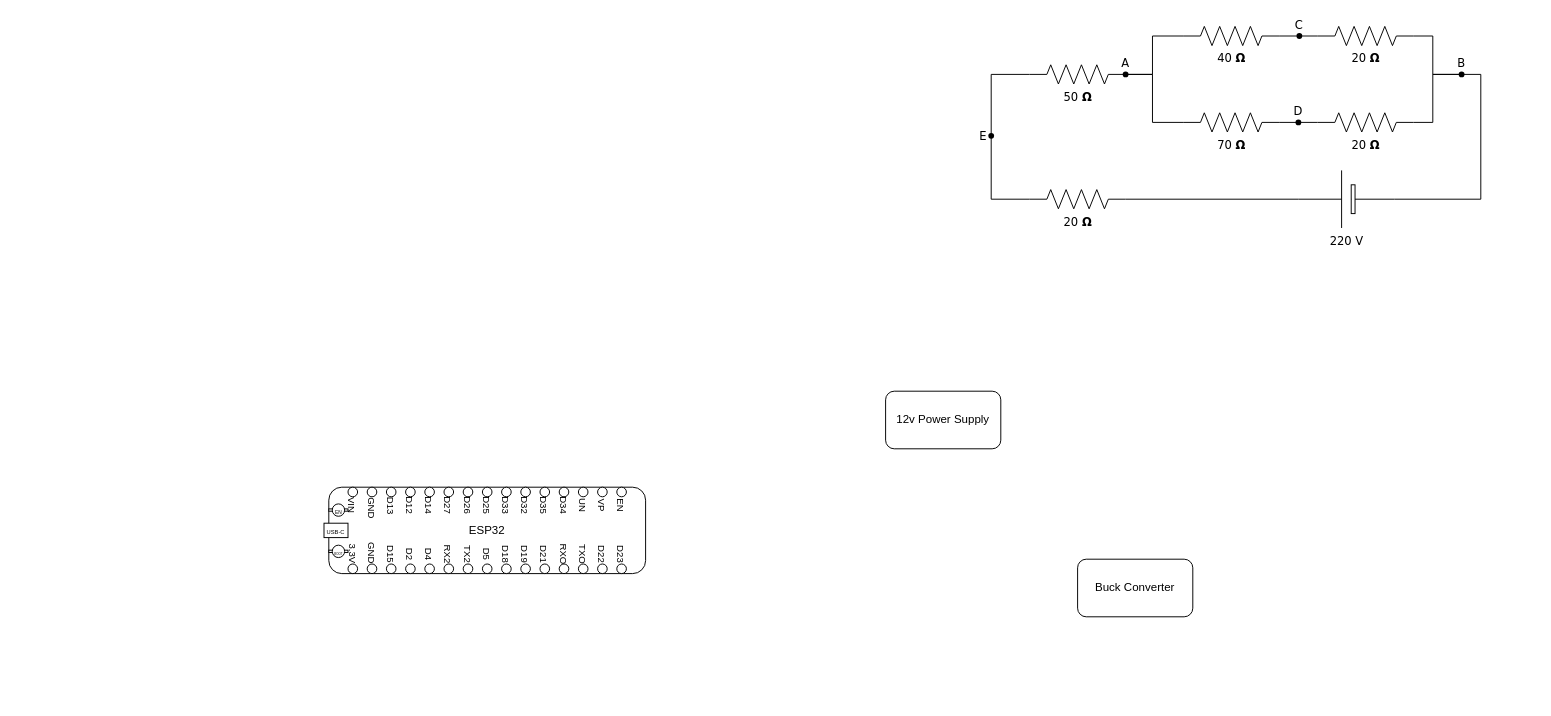
GabeWilmoth/home-automation keeps this draw.io diagram as Diagrams/ESP32-Solenoid-Valve.drawio. Above is the earlier version. Source tidied: cells renumbered, new cells numbered last; positions are measured from the earlier drawing's top-left corner, leaving out a move shared by most shapes. Both pictures are drawn from the tidied source at 96%, with x=0, y=0 at pixel (324, 16).
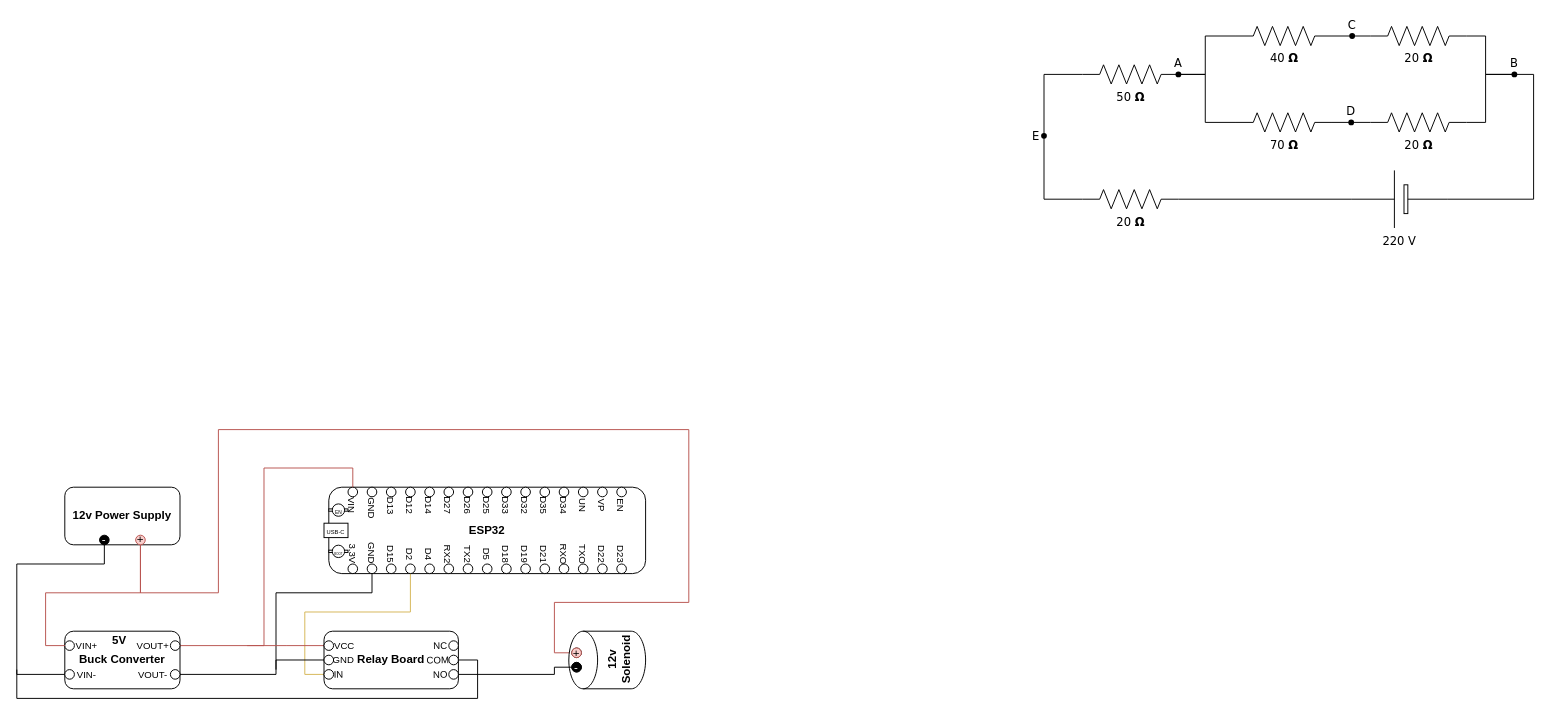
The same diagram, later.

Unchanged cells that the change refers to:
```xml
<mxCell id="29" style="ellipse;whiteSpace=wrap;html=1;" parent="1" vertex="1">
  <mxGeometry x="25" y="490" width="10" height="10" as="geometry" />
</mxCell>
<mxCell id="45" style="ellipse;whiteSpace=wrap;html=1;" parent="1" vertex="1">
  <mxGeometry x="45" y="570" width="10" height="10" as="geometry" />
</mxCell>
<mxCell id="47" style="ellipse;whiteSpace=wrap;html=1;" parent="1" vertex="1">
  <mxGeometry x="85" y="570" width="10" height="10" as="geometry" />
</mxCell>
```

Diff of the diagram source:
```diff
@@
     <mxCell id="3" value="40&amp;nbsp;&lt;b&gt;Ω&lt;/b&gt;" style="verticalLabelPosition=bottom;shadow=0;dashed=0;align=center;html=1;verticalAlign=top;strokeWidth=1;shape=mxgraph.electrical.resistors.resistor_2;rounded=1;comic=0;labelBackgroundColor=none;fontFamily=Verdana;fontSize=12;" parent="1" vertex="1">
-      <mxGeometry x="895" y="10" width="100" height="20" as="geometry" />
+      <mxGeometry x="950" y="10" width="100" height="20" as="geometry" />
     </mxCell>
     <mxCell id="4" style="edgeStyle=orthogonalEdgeStyle;rounded=0;html=1;exitX=1;exitY=0.5;exitPerimeter=0;labelBackgroundColor=none;startArrow=none;startFill=0;startSize=5;endArrow=none;endFill=0;endSize=5;jettySize=auto;strokeWidth=1;fontFamily=Verdana;fontSize=12;" parent="1" edge="1" source="5" target="18">
       <mxGeometry relative="1" as="geometry">
         <Array as="points">
-          <mxPoint x="1155" y="20" />
-          <mxPoint x="1155" y="60" />
+          <mxPoint x="1210" y="20" />
+          <mxPoint x="1210" y="60" />
         </Array>
       </mxGeometry>
     </mxCell>
     <mxCell id="5" value="20&amp;nbsp;&lt;b&gt;Ω&lt;/b&gt;" style="verticalLabelPosition=bottom;shadow=0;dashed=0;align=center;html=1;verticalAlign=top;strokeWidth=1;shape=mxgraph.electrical.resistors.resistor_2;rounded=1;comic=0;labelBackgroundColor=none;fontFamily=Verdana;fontSize=12;" parent="1" vertex="1">
-      <mxGeometry x="1035" y="10" width="100" height="20" as="geometry" />
+      <mxGeometry x="1090" y="10" width="100" height="20" as="geometry" />
     </mxCell>
@@
     <mxCell id="7" value="70&amp;nbsp;&lt;b&gt;Ω&lt;/b&gt;" style="verticalLabelPosition=bottom;shadow=0;dashed=0;align=center;html=1;verticalAlign=top;strokeWidth=1;shape=mxgraph.electrical.resistors.resistor_2;rounded=1;comic=0;labelBackgroundColor=none;fontFamily=Verdana;fontSize=12;" parent="1" vertex="1">
-      <mxGeometry x="895" y="100" width="100" height="20" as="geometry" />
+      <mxGeometry x="950" y="100" width="100" height="20" as="geometry" />
     </mxCell>
     <mxCell id="8" style="edgeStyle=orthogonalEdgeStyle;rounded=0;html=1;exitX=1;exitY=0.5;exitPerimeter=0;labelBackgroundColor=none;startArrow=none;startFill=0;startSize=5;endArrow=none;endFill=0;endSize=5;jettySize=auto;strokeWidth=1;fontFamily=Verdana;fontSize=12;" parent="1" edge="1" source="9" target="18">
       <mxGeometry relative="1" as="geometry">
         <Array as="points">
-          <mxPoint x="1155" y="110" />
-          <mxPoint x="1155" y="60" />
+          <mxPoint x="1210" y="110" />
+          <mxPoint x="1210" y="60" />
         </Array>
       </mxGeometry>
     </mxCell>
     <mxCell id="9" value="20&amp;nbsp;&lt;b&gt;Ω&lt;/b&gt;" style="verticalLabelPosition=bottom;shadow=0;dashed=0;align=center;html=1;verticalAlign=top;strokeWidth=1;shape=mxgraph.electrical.resistors.resistor_2;rounded=1;comic=0;labelBackgroundColor=none;fontFamily=Verdana;fontSize=12;" parent="1" vertex="1">
-      <mxGeometry x="1035" y="100" width="100" height="20" as="geometry" />
+      <mxGeometry x="1090" y="100" width="100" height="20" as="geometry" />
     </mxCell>
     <mxCell id="10" style="edgeStyle=orthogonalEdgeStyle;rounded=0;html=1;entryX=0;entryY=0.5;entryPerimeter=0;labelBackgroundColor=none;startArrow=none;startFill=0;startSize=5;endArrow=none;endFill=0;endSize=5;jettySize=auto;strokeWidth=1;fontFamily=Verdana;fontSize=12;" parent="1" edge="1" source="21" target="3">
       <mxGeometry relative="1" as="geometry">
         <Array as="points">
-          <mxPoint x="863" y="60" />
-          <mxPoint x="863" y="20" />
+          <mxPoint x="918" y="60" />
+          <mxPoint x="918" y="20" />
         </Array>
       </mxGeometry>
     </mxCell>
     <mxCell id="11" style="edgeStyle=orthogonalEdgeStyle;rounded=0;html=1;entryX=0;entryY=0.5;entryPerimeter=0;labelBackgroundColor=none;startArrow=none;startFill=0;startSize=5;endArrow=none;endFill=0;endSize=5;jettySize=auto;strokeWidth=1;fontFamily=Verdana;fontSize=12;" parent="1" edge="1" source="21" target="7">
       <mxGeometry relative="1" as="geometry">
         <Array as="points">
-          <mxPoint x="863" y="60" />
-          <mxPoint x="863" y="110" />
+          <mxPoint x="918" y="60" />
+          <mxPoint x="918" y="110" />
         </Array>
       </mxGeometry>
     </mxCell>
     <mxCell id="12" value="50&amp;nbsp;&lt;b&gt;Ω&lt;/b&gt;" style="verticalLabelPosition=bottom;shadow=0;dashed=0;align=center;html=1;verticalAlign=top;strokeWidth=1;shape=mxgraph.electrical.resistors.resistor_2;rounded=1;comic=0;labelBackgroundColor=none;fontFamily=Verdana;fontSize=12;" parent="1" vertex="1">
-      <mxGeometry x="735" y="50" width="100" height="20" as="geometry" />
+      <mxGeometry x="790" y="50" width="100" height="20" as="geometry" />
     </mxCell>
     <mxCell id="13" style="edgeStyle=orthogonalEdgeStyle;rounded=0;html=1;exitX=0;exitY=0.5;exitPerimeter=0;labelBackgroundColor=none;startArrow=none;startFill=0;startSize=5;endArrow=none;endFill=0;endSize=5;jettySize=auto;strokeWidth=1;fontFamily=Verdana;fontSize=12;" parent="1" edge="1" source="14" target="22">
       <mxGeometry relative="1" as="geometry">
         <Array as="points">
-          <mxPoint x="695" y="190" />
+          <mxPoint x="750" y="190" />
         </Array>
       </mxGeometry>
     </mxCell>
     <mxCell id="14" value="20&amp;nbsp;&lt;b&gt;Ω&lt;/b&gt;" style="verticalLabelPosition=bottom;shadow=0;dashed=0;align=center;html=1;verticalAlign=top;strokeWidth=1;shape=mxgraph.electrical.resistors.resistor_2;rounded=1;comic=0;labelBackgroundColor=none;fontFamily=Verdana;fontSize=12;" parent="1" vertex="1">
-      <mxGeometry x="735" y="180" width="100" height="20" as="geometry" />
+      <mxGeometry x="790" y="180" width="100" height="20" as="geometry" />
     </mxCell>
@@
     <mxCell id="16" style="edgeStyle=orthogonalEdgeStyle;rounded=0;html=1;exitX=0;exitY=0.5;exitPerimeter=0;labelBackgroundColor=none;startArrow=none;startFill=0;startSize=5;endArrow=none;endFill=0;endSize=5;jettySize=auto;strokeWidth=1;fontFamily=Verdana;fontSize=12;" parent="1" edge="1" source="17" target="18">
       <mxGeometry relative="1" as="geometry">
         <Array as="points">
-          <mxPoint x="1205" y="190" />
-          <mxPoint x="1205" y="60" />
+          <mxPoint x="1260" y="190" />
+          <mxPoint x="1260" y="60" />
         </Array>
       </mxGeometry>
     </mxCell>
     <mxCell id="17" value="220 V" style="verticalLabelPosition=bottom;shadow=0;dashed=0;align=center;fillColor=default;html=1;verticalAlign=top;strokeWidth=1;shape=mxgraph.electrical.miscellaneous.monocell_battery;rounded=1;comic=0;labelBackgroundColor=none;fontFamily=Verdana;fontSize=12;flipH=1;" parent="1" vertex="1">
-      <mxGeometry x="1015" y="160" width="100" height="60" as="geometry" />
+      <mxGeometry x="1070" y="160" width="100" height="60" as="geometry" />
     </mxCell>
     <mxCell id="18" value="B" style="shape=waypoint;sketch=0;fillStyle=solid;size=6;points=[];fillColor=none;perimeter=centerPerimeter;snapToPoint=1;verticalAlign=top;spacingBottom=0;spacingTop=-5;fontFamily=Verdana;fontSize=12;" parent="1" vertex="1">
-      <mxGeometry x="1165" y="40" width="40" height="40" as="geometry" />
+      <mxGeometry x="1220" y="40" width="40" height="40" as="geometry" />
     </mxCell>
     <mxCell id="19" value="C" style="shape=waypoint;sketch=0;fillStyle=solid;size=6;points=[];fillColor=none;perimeter=centerPerimeter;snapToPoint=1;verticalAlign=top;spacingBottom=0;spacingTop=-5;fontFamily=Verdana;fontSize=12;" parent="1" vertex="1">
-      <mxGeometry x="996" width="40" height="40" as="geometry" />
+      <mxGeometry x="1051" width="40" height="40" as="geometry" />
     </mxCell>
@@
     <mxCell id="21" value="A" style="shape=waypoint;sketch=0;fillStyle=solid;size=6;points=[];fillColor=none;perimeter=centerPerimeter;snapToPoint=1;verticalAlign=top;spacingBottom=0;spacingTop=-5;fontFamily=Verdana;fontSize=12;" parent="1" vertex="1">
-      <mxGeometry x="815" y="40" width="40" height="40" as="geometry" />
+      <mxGeometry x="870" y="40" width="40" height="40" as="geometry" />
     </mxCell>
     <mxCell id="22" value="E" style="shape=waypoint;sketch=0;fillStyle=solid;size=6;points=[];fillColor=none;perimeter=centerPerimeter;snapToPoint=1;verticalAlign=middle;spacingBottom=0;spacingTop=0;fontFamily=Verdana;fontSize=12;labelPosition=center;verticalLabelPosition=middle;align=left;spacingRight=0;spacingLeft=6;" parent="1" vertex="1">
-      <mxGeometry x="675" y="104" width="40" height="40" as="geometry" />
+      <mxGeometry x="730" y="104" width="40" height="40" as="geometry" />
     </mxCell>
     <mxCell id="23" style="edgeStyle=orthogonalEdgeStyle;rounded=0;html=1;labelBackgroundColor=none;startArrow=none;startFill=0;startSize=5;endArrow=none;endFill=0;endSize=5;jettySize=auto;strokeWidth=1;fontFamily=Verdana;fontSize=12;entryX=0;entryY=0.5;entryDx=0;entryDy=0;entryPerimeter=0;" parent="1" edge="1" source="22" target="12">
       <mxGeometry relative="1" as="geometry">
         <Array as="points">
-          <mxPoint x="695" y="60" />
+          <mxPoint x="750" y="60" />
         </Array>
       </mxGeometry>
     </mxCell>
     <mxCell id="24" value="D" style="shape=waypoint;sketch=0;fillStyle=solid;size=6;points=[];fillColor=none;perimeter=centerPerimeter;snapToPoint=1;verticalAlign=top;spacingBottom=0;spacingTop=-5;fontFamily=Verdana;fontSize=12;" parent="1" vertex="1">
-      <mxGeometry x="995" y="90" width="40" height="40" as="geometry" />
+      <mxGeometry x="1050" y="90" width="40" height="40" as="geometry" />
     </mxCell>
@@
-    <mxCell id="26" value="12v Power Supply" style="rounded=1;whiteSpace=wrap;html=1;" parent="1" vertex="1">
-      <mxGeometry x="585" y="390" width="120" height="60" as="geometry" />
+    <mxCell id="26" value="&lt;b&gt;12v Power Supply&lt;/b&gt;" style="rounded=1;whiteSpace=wrap;html=1;" parent="1" vertex="1">
+      <mxGeometry x="-270" y="490" width="120" height="60" as="geometry" />
     </mxCell>
+    <mxCell id="96" style="edgeStyle=orthogonalEdgeStyle;rounded=0;jettySize=auto;html=1;exitX=1;exitY=0.75;exitDx=0;exitDy=0;entryX=0.5;entryY=1;entryDx=0;entryDy=0;endArrow=none;endFill=0;" parent="1" edge="1" source="27" target="45">
+      <mxGeometry relative="1" as="geometry">
+        <Array as="points">
+          <mxPoint x="-50" y="685" />
+          <mxPoint x="-50" y="600" />
+          <mxPoint x="50" y="600" />
+        </Array>
+      </mxGeometry>
+    </mxCell>
-    <mxCell id="27" value="Buck Converter" style="rounded=1;whiteSpace=wrap;html=1;" parent="1" vertex="1">
-      <mxGeometry x="785" y="565" width="120" height="60" as="geometry" />
+    <mxCell id="27" value="&lt;b&gt;Buck Converter&lt;/b&gt;" style="rounded=1;whiteSpace=wrap;html=1;" parent="1" vertex="1">
+      <mxGeometry x="-270" y="640" width="120" height="60" as="geometry" />
     </mxCell>
-    <mxCell id="28" value="ESP32" style="rounded=1;whiteSpace=wrap;html=1;" parent="1" vertex="1">
+    <mxCell id="28" value="&lt;b&gt;ESP32&lt;/b&gt;" style="rounded=1;whiteSpace=wrap;html=1;" parent="1" vertex="1">
       <mxGeometry x="5" y="490" width="330" height="90" as="geometry" />
     </mxCell>
@@
+    <mxCell id="97" style="edgeStyle=orthogonalEdgeStyle;rounded=0;jettySize=auto;html=1;entryX=0;entryY=0.5;entryDx=0;entryDy=0;endArrow=none;endFill=0;fillColor=#fff2cc;strokeColor=#d6b656;" parent="1" edge="1" source="47" target="107">
+      <mxGeometry relative="1" as="geometry">
+        <Array as="points">
+          <mxPoint x="90" y="620" />
+          <mxPoint x="-20" y="620" />
+          <mxPoint x="-20" y="685" />
+        </Array>
+      </mxGeometry>
+    </mxCell>
@@
+    <mxCell id="98" style="edgeStyle=orthogonalEdgeStyle;rounded=0;jettySize=auto;html=1;exitX=0;exitY=0.25;exitDx=0;exitDy=0;endArrow=none;endFill=0;fillColor=#f8cecc;strokeColor=#b85450;" parent="1" edge="1" source="99">
+      <mxGeometry relative="1" as="geometry">
+        <mxPoint x="-80" y="655" as="targetPoint" />
+      </mxGeometry>
+    </mxCell>
+    <mxCell id="99" value="&lt;b&gt;Relay Board&lt;/b&gt;" style="rounded=1;whiteSpace=wrap;html=1;" parent="1" vertex="1">
+      <mxGeometry y="640" width="140" height="60" as="geometry" />
+    </mxCell>
+    <mxCell id="100" style="ellipse;whiteSpace=wrap;html=1;" parent="1" vertex="1">
+      <mxGeometry x="-270" y="680" width="10" height="10" as="geometry" />
+    </mxCell>
+    <mxCell id="101" style="ellipse;whiteSpace=wrap;html=1;" parent="1" vertex="1">
+      <mxGeometry x="-270" y="650" width="10" height="10" as="geometry" />
+    </mxCell>
+    <mxCell id="102" style="ellipse;whiteSpace=wrap;html=1;" parent="1" vertex="1">
+      <mxGeometry x="-160" y="680" width="10" height="10" as="geometry" />
+    </mxCell>
+    <mxCell id="103" style="edgeStyle=orthogonalEdgeStyle;rounded=0;jettySize=auto;html=1;exitX=1;exitY=0.5;exitDx=0;exitDy=0;entryX=0.5;entryY=0;entryDx=0;entryDy=0;endArrow=none;endFill=0;fillColor=#f8cecc;strokeColor=#b85450;" parent="1" edge="1" source="104" target="29">
+      <mxGeometry relative="1" as="geometry" />
+    </mxCell>
+    <mxCell id="104" style="ellipse;whiteSpace=wrap;html=1;" parent="1" vertex="1">
+      <mxGeometry x="-160" y="650" width="10" height="10" as="geometry" />
+    </mxCell>
+    <mxCell id="105" style="edgeStyle=orthogonalEdgeStyle;rounded=0;jettySize=auto;html=1;exitX=0;exitY=0.5;exitDx=0;exitDy=0;endArrow=none;endFill=0;" parent="1" edge="1" source="106">
+      <mxGeometry relative="1" as="geometry">
+        <mxPoint x="-50" y="680" as="targetPoint" />
+        <Array as="points">
+          <mxPoint x="-50" y="670" />
+        </Array>
+      </mxGeometry>
+    </mxCell>
+    <mxCell id="106" style="ellipse;whiteSpace=wrap;html=1;" parent="1" vertex="1">
+      <mxGeometry y="665" width="10" height="10" as="geometry" />
+    </mxCell>
+    <mxCell id="107" style="ellipse;whiteSpace=wrap;html=1;" parent="1" vertex="1">
+      <mxGeometry y="680" width="10" height="10" as="geometry" />
+    </mxCell>
+    <mxCell id="108" style="ellipse;whiteSpace=wrap;html=1;" parent="1" vertex="1">
+      <mxGeometry y="650" width="10" height="10" as="geometry" />
+    </mxCell>
+    <mxCell id="109" value="&lt;font style=&quot;font-size: 10px;&quot;&gt;VIN+&lt;/font&gt;" style="text;html=1;align=center;verticalAlign=middle;whiteSpace=wrap;rounded=0;rotation=0;" parent="1" vertex="1">
+      <mxGeometry x="-260" y="650" width="26.2" height="10" as="geometry" />
+    </mxCell>
+    <mxCell id="110" value="&lt;font style=&quot;font-size: 10px;&quot;&gt;VIN-&lt;/font&gt;" style="text;html=1;align=center;verticalAlign=middle;whiteSpace=wrap;rounded=0;rotation=0;" parent="1" vertex="1">
+      <mxGeometry x="-260" y="680" width="26.2" height="10" as="geometry" />
+    </mxCell>
+    <mxCell id="111" value="&lt;font style=&quot;font-size: 10px;&quot;&gt;VOUT+&lt;/font&gt;" style="text;html=1;align=center;verticalAlign=middle;whiteSpace=wrap;rounded=0;rotation=0;" parent="1" vertex="1">
+      <mxGeometry x="-196.2" y="650" width="36.2" height="10" as="geometry" />
+    </mxCell>
+    <mxCell id="112" value="&lt;font style=&quot;font-size: 10px;&quot;&gt;VOUT-&lt;/font&gt;" style="text;html=1;align=center;verticalAlign=middle;whiteSpace=wrap;rounded=0;rotation=0;" parent="1" vertex="1">
+      <mxGeometry x="-196.2" y="680" width="36.2" height="10" as="geometry" />
+    </mxCell>
+    <mxCell id="113" style="edgeStyle=orthogonalEdgeStyle;rounded=0;jettySize=auto;html=1;exitX=0.5;exitY=1;exitDx=0;exitDy=0;entryX=0;entryY=0.5;entryDx=0;entryDy=0;endArrow=none;endFill=0;" parent="1" edge="1" source="114" target="100">
+      <mxGeometry relative="1" as="geometry">
+        <Array as="points">
+          <mxPoint x="-229" y="570" />
+          <mxPoint x="-320" y="570" />
+          <mxPoint x="-320" y="685" />
+        </Array>
+      </mxGeometry>
+    </mxCell>
+    <mxCell id="114" value="&lt;font style=&quot;color: rgb(255, 255, 255);&quot;&gt;-&lt;/font&gt;" style="ellipse;whiteSpace=wrap;html=1;fillColor=#000000;" parent="1" vertex="1">
+      <mxGeometry x="-233.8" y="540" width="10" height="10" as="geometry" />
+    </mxCell>
+    <mxCell id="115" style="edgeStyle=orthogonalEdgeStyle;rounded=0;jettySize=auto;html=1;exitX=0.5;exitY=1;exitDx=0;exitDy=0;entryX=0;entryY=0.5;entryDx=0;entryDy=0;fillColor=#f8cecc;strokeColor=#b85450;endArrow=none;endFill=0;" parent="1" edge="1" source="117" target="101">
+      <mxGeometry relative="1" as="geometry" />
+    </mxCell>
+    <mxCell id="116" style="edgeStyle=orthogonalEdgeStyle;rounded=0;jettySize=auto;html=1;exitX=0.5;exitY=1;exitDx=0;exitDy=0;entryX=0;entryY=0.5;entryDx=0;entryDy=0;endArrow=none;endFill=0;fillColor=#f8cecc;strokeColor=#b85450;" parent="1" edge="1" source="117" target="132">
+      <mxGeometry relative="1" as="geometry">
+        <Array as="points">
+          <mxPoint x="-191" y="600" />
+          <mxPoint x="-110" y="600" />
+          <mxPoint x="-110" y="430" />
+          <mxPoint x="380" y="430" />
+          <mxPoint x="380" y="610" />
+          <mxPoint x="240" y="610" />
+          <mxPoint x="240" y="662" />
+        </Array>
+      </mxGeometry>
+    </mxCell>
+    <mxCell id="117" value="+" style="ellipse;whiteSpace=wrap;html=1;fillColor=#f8cecc;strokeColor=#b85450;" parent="1" vertex="1">
+      <mxGeometry x="-196.2" y="540" width="10" height="10" as="geometry" />
+    </mxCell>
+    <mxCell id="118" value="&lt;b&gt;5V&lt;/b&gt;" style="text;html=1;align=center;verticalAlign=middle;whiteSpace=wrap;rounded=0;" parent="1" vertex="1">
+      <mxGeometry x="-240" y="640" width="53.8" height="20" as="geometry" />
+    </mxCell>
+    <mxCell id="119" value="&lt;font style=&quot;font-size: 10px;&quot;&gt;IN&lt;/font&gt;" style="text;html=1;align=center;verticalAlign=middle;whiteSpace=wrap;rounded=0;rotation=-1;" parent="1" vertex="1">
+      <mxGeometry x="6.7" y="680" width="16.6" height="10" as="geometry" />
+    </mxCell>
+    <mxCell id="120" value="&lt;font style=&quot;font-size: 10px;&quot;&gt;GND&lt;/font&gt;" style="text;html=1;align=center;verticalAlign=middle;whiteSpace=wrap;rounded=0;rotation=0;" parent="1" vertex="1">
+      <mxGeometry x="6.7" y="665" width="26.6" height="10" as="geometry" />
+    </mxCell>
+    <mxCell id="121" style="edgeStyle=orthogonalEdgeStyle;rounded=0;jettySize=auto;html=1;exitX=1;exitY=0.5;exitDx=0;exitDy=0;endArrow=none;endFill=0;" parent="1" edge="1" source="122">
+      <mxGeometry relative="1" as="geometry">
+        <mxPoint x="-320" y="680" as="targetPoint" />
+        <Array as="points">
+          <mxPoint x="160" y="670" />
+          <mxPoint x="160" y="710" />
+          <mxPoint x="-320" y="710" />
+        </Array>
+      </mxGeometry>
+    </mxCell>
+    <mxCell id="122" style="ellipse;whiteSpace=wrap;html=1;" parent="1" vertex="1">
+      <mxGeometry x="130" y="665" width="10" height="10" as="geometry" />
+    </mxCell>
+    <mxCell id="123" style="ellipse;whiteSpace=wrap;html=1;" parent="1" vertex="1">
+      <mxGeometry x="130" y="680" width="10" height="10" as="geometry" />
+    </mxCell>
+    <mxCell id="124" style="ellipse;whiteSpace=wrap;html=1;" parent="1" vertex="1">
+      <mxGeometry x="130" y="650" width="10" height="10" as="geometry" />
+    </mxCell>
+    <mxCell id="125" value="&lt;font style=&quot;font-size: 10px;&quot;&gt;VCC&lt;/font&gt;" style="text;html=1;align=center;verticalAlign=middle;whiteSpace=wrap;rounded=0;rotation=0;" parent="1" vertex="1">
+      <mxGeometry x="8.3" y="650" width="26.6" height="10" as="geometry" />
+    </mxCell>
+    <mxCell id="126" value="&lt;font style=&quot;font-size: 10px;&quot;&gt;NO&lt;/font&gt;" style="text;html=1;align=center;verticalAlign=middle;whiteSpace=wrap;rounded=0;rotation=-1;" parent="1" vertex="1">
+      <mxGeometry x="113.4" y="680" width="16.6" height="10" as="geometry" />
+    </mxCell>
+    <mxCell id="127" value="&lt;font style=&quot;font-size: 10px;&quot;&gt;COM&lt;/font&gt;" style="text;html=1;align=center;verticalAlign=middle;whiteSpace=wrap;rounded=0;rotation=-1;" parent="1" vertex="1">
+      <mxGeometry x="108.4" y="665" width="21.6" height="10" as="geometry" />
+    </mxCell>
+    <mxCell id="128" value="&lt;font style=&quot;font-size: 10px;&quot;&gt;NC&lt;/font&gt;" style="text;html=1;align=center;verticalAlign=middle;whiteSpace=wrap;rounded=0;rotation=-1;" parent="1" vertex="1">
+      <mxGeometry x="113.4" y="650" width="16.6" height="10" as="geometry" />
+    </mxCell>
+    <mxCell id="129" value="&lt;b&gt;12v Solenoid&lt;/b&gt;" style="shape=cylinder3;whiteSpace=wrap;html=1;boundedLbl=1;backgroundOutline=1;size=15;rotation=-90;" parent="1" vertex="1">
+      <mxGeometry x="265" y="630" width="60" height="80" as="geometry" />
+    </mxCell>
+    <mxCell id="130" style="ellipse;whiteSpace=wrap;html=1;" parent="1" vertex="1">
+      <mxGeometry x="258.1" y="657.5" width="10" height="10" as="geometry" />
+    </mxCell>
+    <mxCell id="131" style="ellipse;whiteSpace=wrap;html=1;" parent="1" vertex="1">
+      <mxGeometry x="258.1" y="672.5" width="10" height="10" as="geometry" />
+    </mxCell>
+    <mxCell id="132" value="+" style="ellipse;whiteSpace=wrap;html=1;fillColor=#f8cecc;strokeColor=#b85450;" parent="1" vertex="1">
+      <mxGeometry x="258.1" y="657.5" width="10" height="10" as="geometry" />
+    </mxCell>
+    <mxCell id="133" style="edgeStyle=orthogonalEdgeStyle;rounded=0;jettySize=auto;html=1;entryX=1;entryY=0.5;entryDx=0;entryDy=0;endArrow=none;endFill=0;" parent="1" edge="1" source="134" target="123">
+      <mxGeometry relative="1" as="geometry">
+        <Array as="points">
+          <mxPoint x="240" y="678" />
+          <mxPoint x="240" y="685" />
+        </Array>
+      </mxGeometry>
+    </mxCell>
+    <mxCell id="134" value="&lt;font style=&quot;color: rgb(255, 255, 255);&quot;&gt;-&lt;/font&gt;" style="ellipse;whiteSpace=wrap;html=1;fillColor=#000000;" parent="1" vertex="1">
+      <mxGeometry x="258.1" y="672.5" width="10" height="10" as="geometry" />
+    </mxCell>
```
